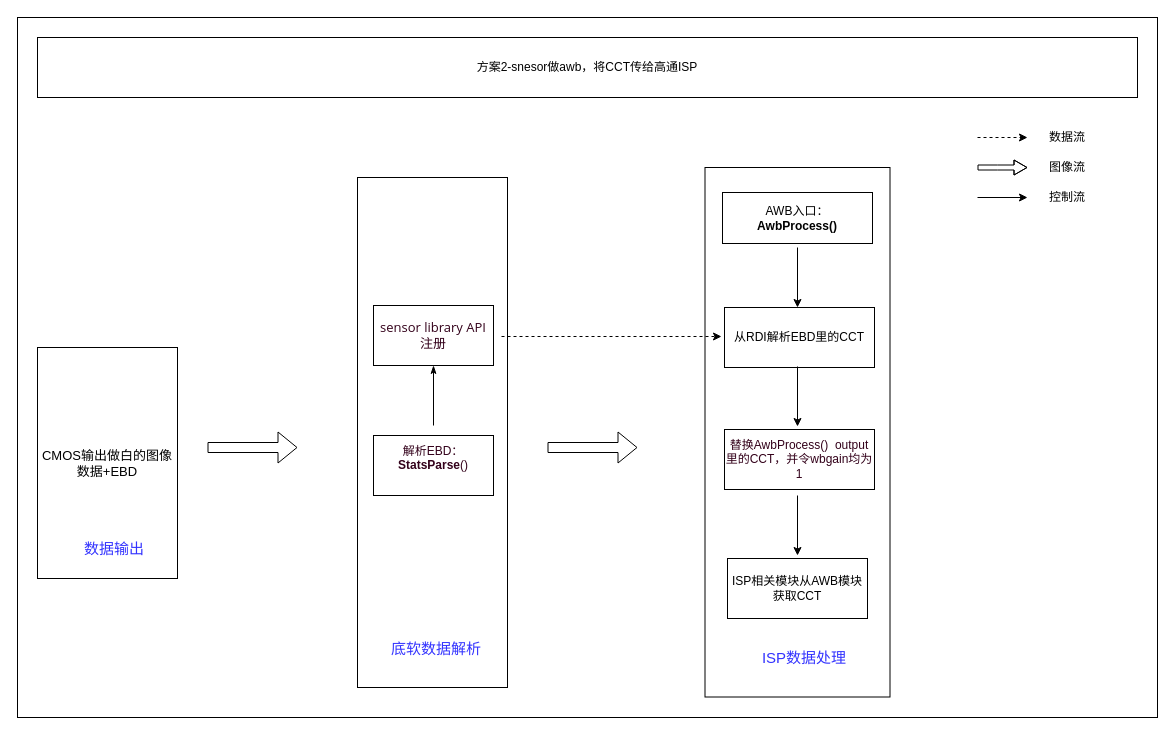
jiajiafei/drawio keeps this draw.io diagram as 方案2.drawio. Above is the earlier version. Source tidied: cells renumbered, new cells numbered last; positions are measured from the earlier drawing's top-left corner, leaving out a move shared by most shapes. Both pictures are drawn from the tidied source at 100%, with x=0, y=0 at pixel (17, 17).
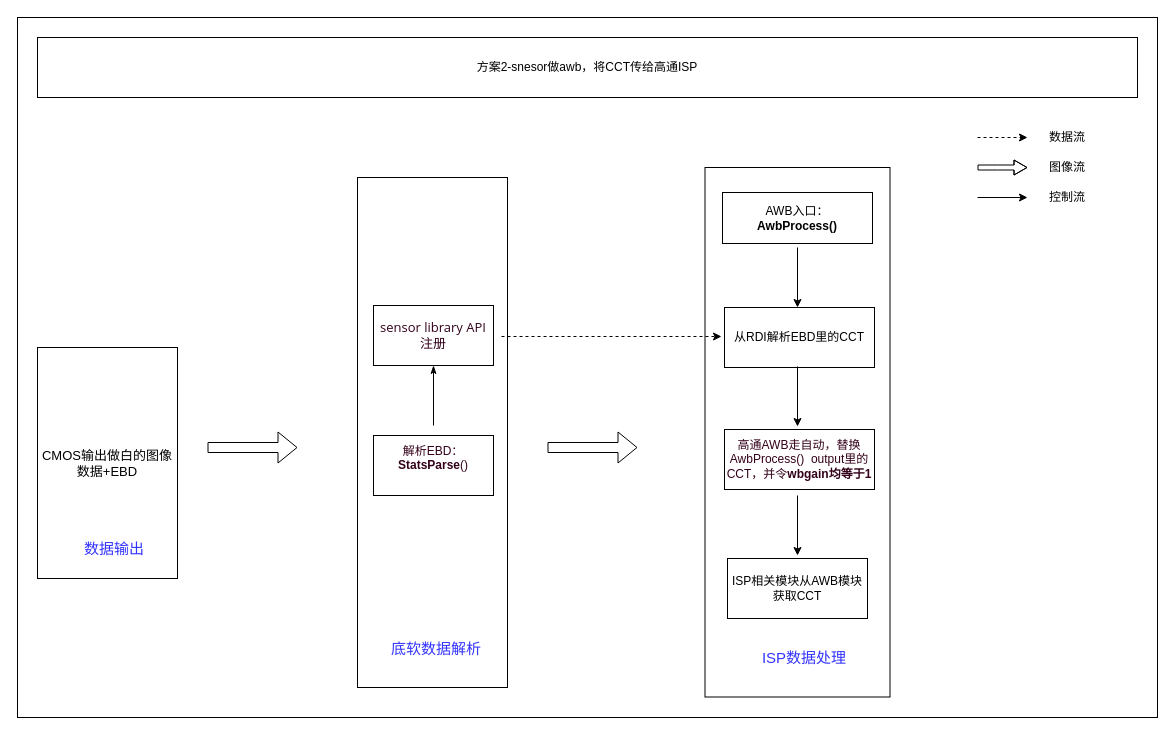
After the change.

Diff of the diagram source:
```diff
@@
-    <mxCell id="8" value="替换AwbProcess()&amp;nbsp; output里的CCT，并令wbgain均为1" style="rounded=0;whiteSpace=wrap;html=1;fontColor=#33001A;" parent="1" vertex="1">
+    <mxCell id="8" value="高通AWB走自动，替换AwbProcess()&amp;nbsp; output里的CCT，并令&lt;b&gt;wbgain均等于1&lt;/b&gt;" style="rounded=0;whiteSpace=wrap;html=1;fontColor=#33001A;" parent="1" vertex="1">
       <mxGeometry x="707" y="412" width="150" height="60" as="geometry" />
     </mxCell>
```
